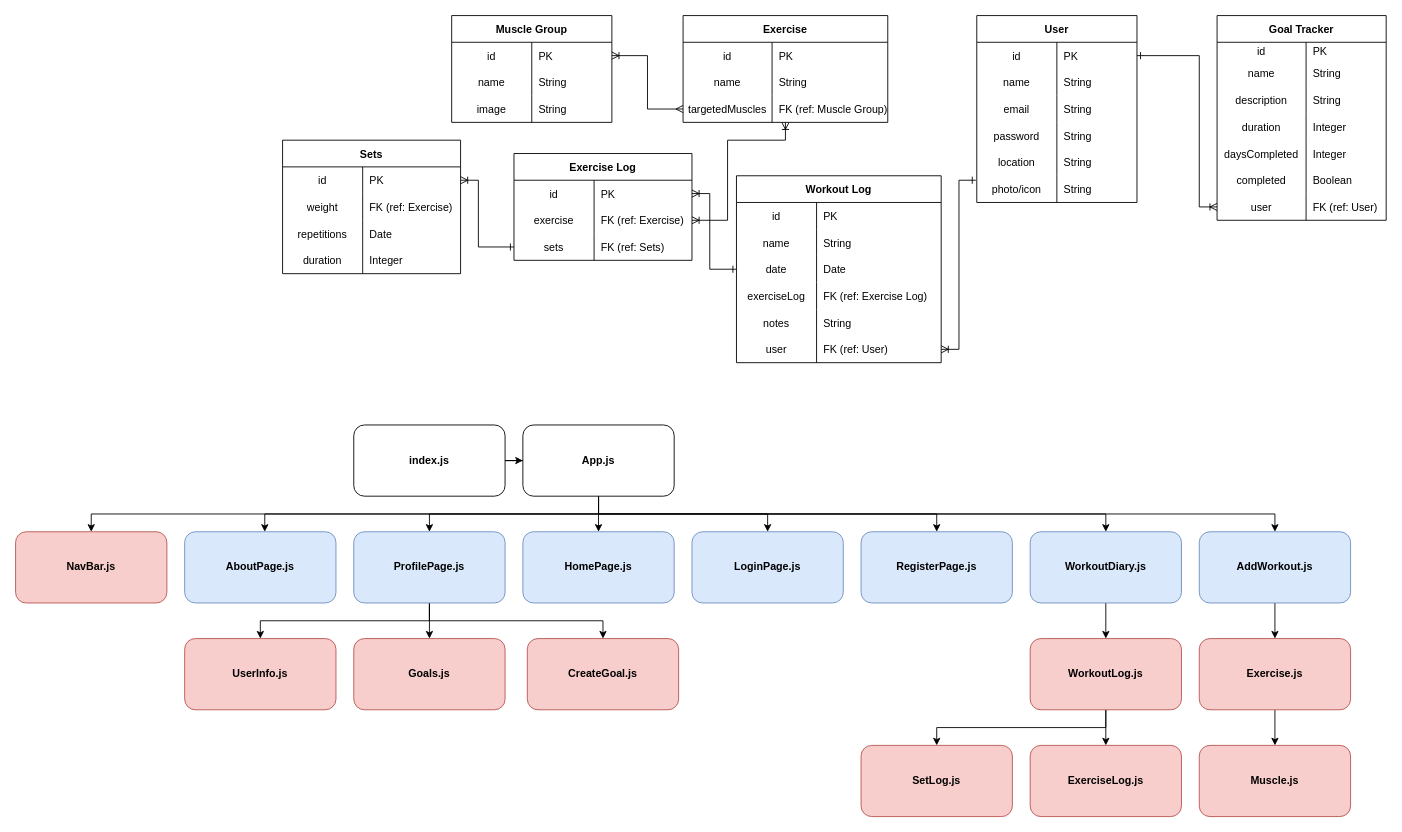
The draw.io diagram Project 4.drawio in canhvo16/canhvo16, before the edit. Source tidied: cells renumbered, new cells numbered last; positions are measured from the earlier drawing's top-left corner, leaving out a move shared by most shapes. Both pictures are drawn from the tidied source at 89%, with x=0, y=0 at pixel (15, 15).
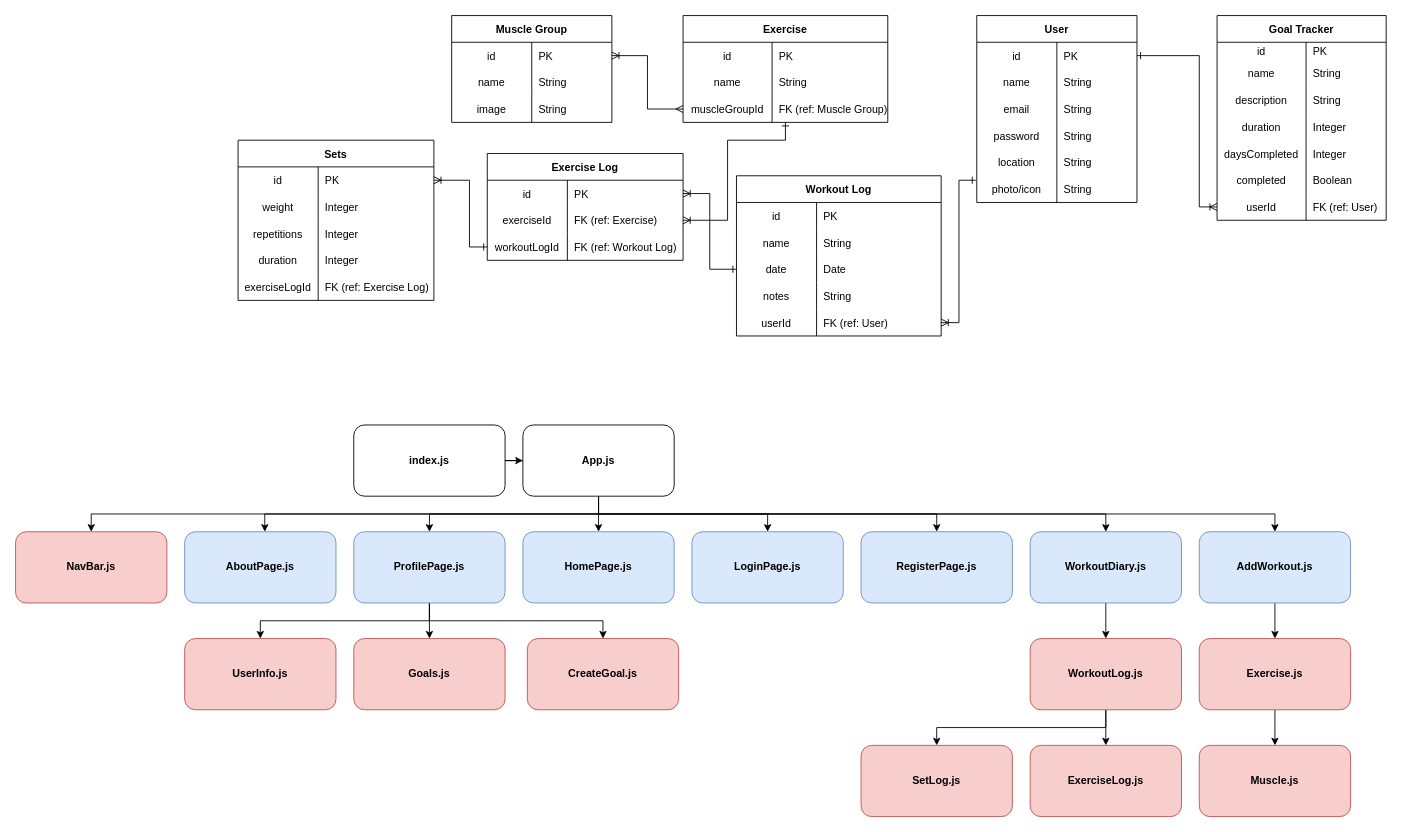
Above is the later version.

Unchanged cells that the change refers to:
```xml
<mxCell id="20" style="shape=tableRow;horizontal=0;startSize=0;swimlaneHead=0;swimlaneBody=0;fillColor=none;points=[[0,0.5],[1,0.5]];portConstraint=eastwest;top=0;left=0;right=0;bottom=0;" parent="4" vertex="1">
  <mxGeometry y="180" width="180" height="30" as="geometry" />
</mxCell>
<mxCell id="25" value="Exercise" style="shape=table;startSize=30;childLayout=tableLayout;rowLines=0;fontStyle=1;align=center;" parent="1" vertex="1">
  <mxGeometry x="750" width="230" height="120" as="geometry" />
</mxCell>
<mxCell id="32" style="shape=tableRow;horizontal=0;startSize=0;swimlaneHead=0;swimlaneBody=0;fillColor=none;points=[[0,0.5],[1,0.5]];portConstraint=eastwest;top=0;left=0;right=0;bottom=0;" parent="25" vertex="1">
  <mxGeometry y="90" width="230" height="30" as="geometry" />
</mxCell>
<mxCell id="108" style="shape=tableRow;horizontal=0;startSize=0;swimlaneHead=0;swimlaneBody=0;fillColor=none;points=[[0,0.5],[1,0.5]];portConstraint=eastwest;top=0;left=0;right=0;bottom=0;" parent="89" vertex="1">
  <mxGeometry y="200" width="190" height="30" as="geometry" />
</mxCell>
```

Diff of the diagram source:
```diff
@@
     <mxCell id="2" style="edgeStyle=orthogonalEdgeStyle;rounded=0;jettySize=auto;html=1;entryX=1;entryY=0.5;entryDx=0;entryDy=0;startArrow=ERone;startFill=0;endArrow=ERoneToMany;endFill=0;exitX=-0.006;exitY=0.167;exitDx=0;exitDy=0;exitPerimeter=0;" parent="1" edge="1" source="20" target="62">
       <mxGeometry relative="1" as="geometry">
         <Array as="points">
           <mxPoint x="1060" y="185" />
-          <mxPoint x="1060" y="375" />
+          <mxPoint x="1060" y="345" />
         </Array>
       </mxGeometry>
     </mxCell>
@@
-    <mxCell id="24" style="edgeStyle=orthogonalEdgeStyle;rounded=0;jettySize=auto;html=1;entryX=1;entryY=0.5;entryDx=0;entryDy=0;startArrow=ERoneToMany;startFill=0;endArrow=ERoneToMany;endFill=0;" parent="1" edge="1" source="25" target="70">
+    <mxCell id="24" style="edgeStyle=orthogonalEdgeStyle;rounded=0;jettySize=auto;html=1;entryX=1;entryY=0.5;entryDx=0;entryDy=0;startArrow=ERone;startFill=0;endArrow=ERoneToMany;endFill=0;" parent="1" edge="1" source="25" target="70">
       <mxGeometry relative="1" as="geometry">
         <Array as="points">
           <mxPoint x="865" y="140" />
           <mxPoint x="800" y="140" />
           <mxPoint x="800" y="230" />
         </Array>
       </mxGeometry>
     </mxCell>
@@
-    <mxCell id="33" value="targetedMuscles" style="shape=partialRectangle;fillColor=none;top=0;left=0;bottom=0;right=0;overflow=hidden;" parent="32" vertex="1">
+    <mxCell id="33" value="muscleGroupId" style="shape=partialRectangle;fillColor=none;top=0;left=0;bottom=0;right=0;overflow=hidden;" parent="32" vertex="1">
       <mxGeometry width="100" height="30" as="geometry" />
     </mxCell>
@@
     <mxCell id="46" value="Workout Log" style="shape=table;startSize=30;childLayout=tableLayout;rowLines=0;fontStyle=1;align=center;" parent="1" vertex="1">
-      <mxGeometry x="810" y="180" width="230" height="210" as="geometry" />
+      <mxGeometry x="810" y="180" width="230" height="180" as="geometry" />
     </mxCell>
@@
-    <mxCell id="56" style="shape=tableRow;horizontal=0;startSize=0;swimlaneHead=0;swimlaneBody=0;fillColor=none;top=0;left=0;right=0;bottom=0;" parent="46" vertex="1">
-      <mxGeometry y="120" width="230" height="30" as="geometry" />
-    </mxCell>
-    <mxCell id="57" value="exerciseLog" style="shape=partialRectangle;fillColor=none;top=0;left=0;bottom=0;right=0;overflow=hidden;" parent="56" vertex="1">
-      <mxGeometry width="90" height="30" as="geometry" />
-    </mxCell>
-    <mxCell id="58" value="FK (ref: Exercise Log)" style="shape=partialRectangle;fillColor=none;top=0;left=0;bottom=0;right=0;align=left;spacingLeft=6;overflow=hidden;" parent="56" vertex="1">
-      <mxGeometry x="90" width="140" height="30" as="geometry" />
-    </mxCell>
     <mxCell id="59" style="shape=tableRow;horizontal=0;startSize=0;swimlaneHead=0;swimlaneBody=0;fillColor=none;top=0;left=0;right=0;bottom=0;" parent="46" vertex="1">
-      <mxGeometry y="150" width="230" height="30" as="geometry" />
+      <mxGeometry y="120" width="230" height="30" as="geometry" />
     </mxCell>
@@
     <mxCell id="62" style="shape=tableRow;horizontal=0;startSize=0;swimlaneHead=0;swimlaneBody=0;fillColor=none;points=[[0,0.5],[1,0.5]];portConstraint=eastwest;top=0;left=0;right=0;bottom=0;" parent="46" vertex="1">
-      <mxGeometry y="180" width="230" height="30" as="geometry" />
+      <mxGeometry y="150" width="230" height="30" as="geometry" />
     </mxCell>
-    <mxCell id="63" value="user" style="shape=partialRectangle;fillColor=none;top=0;left=0;bottom=0;right=0;overflow=hidden;" parent="62" vertex="1">
+    <mxCell id="63" value="userId" style="shape=partialRectangle;fillColor=none;top=0;left=0;bottom=0;right=0;overflow=hidden;" parent="62" vertex="1">
       <mxGeometry width="90" height="30" as="geometry" />
     </mxCell>
@@
     <mxCell id="65" style="edgeStyle=orthogonalEdgeStyle;rounded=0;jettySize=auto;html=1;exitX=0;exitY=0.5;exitDx=0;exitDy=0;entryX=1;entryY=0.5;entryDx=0;entryDy=0;startArrow=ERone;startFill=0;endArrow=ERoneToMany;endFill=0;" parent="1" edge="1" source="73" target="77">
       <mxGeometry relative="1" as="geometry">
         <Array as="points">
-          <mxPoint x="520" y="260" />
-          <mxPoint x="520" y="185" />
+          <mxPoint x="510" y="260" />
+          <mxPoint x="510" y="185" />
         </Array>
       </mxGeometry>
     </mxCell>
     <mxCell id="66" value="Exercise Log" style="shape=table;startSize=30;childLayout=tableLayout;rowLines=0;fontStyle=1;align=center;" parent="1" vertex="1">
-      <mxGeometry x="560" y="155" width="200" height="120" as="geometry" />
+      <mxGeometry x="530" y="155" width="220" height="120" as="geometry" />
     </mxCell>
     <mxCell id="67" style="shape=tableRow;horizontal=0;startSize=0;swimlaneHead=0;swimlaneBody=0;fillColor=none;points=[[0,0.5],[1,0.5]];portConstraint=eastwest;top=0;left=0;right=0;bottom=0;" parent="66" vertex="1">
-      <mxGeometry y="30" width="200" height="30" as="geometry" />
+      <mxGeometry y="30" width="220" height="30" as="geometry" />
     </mxCell>
@@
     <mxCell id="69" value="PK" style="shape=partialRectangle;fillColor=none;top=0;left=0;bottom=0;right=0;align=left;spacingLeft=6;overflow=hidden;" parent="67" vertex="1">
-      <mxGeometry x="90" width="110" height="30" as="geometry" />
+      <mxGeometry x="90" width="130" height="30" as="geometry" />
     </mxCell>
     <mxCell id="70" style="shape=tableRow;horizontal=0;startSize=0;swimlaneHead=0;swimlaneBody=0;fillColor=none;points=[[0,0.5],[1,0.5]];portConstraint=eastwest;top=0;left=0;right=0;bottom=0;" parent="66" vertex="1">
-      <mxGeometry y="60" width="200" height="30" as="geometry" />
+      <mxGeometry y="60" width="220" height="30" as="geometry" />
     </mxCell>
-    <mxCell id="71" value="exercise" style="shape=partialRectangle;fillColor=none;top=0;left=0;bottom=0;right=0;overflow=hidden;" parent="70" vertex="1">
+    <mxCell id="71" value="exerciseId" style="shape=partialRectangle;fillColor=none;top=0;left=0;bottom=0;right=0;overflow=hidden;" parent="70" vertex="1">
       <mxGeometry width="90" height="30" as="geometry" />
     </mxCell>
     <mxCell id="72" value="FK (ref: Exercise)" style="shape=partialRectangle;fillColor=none;top=0;left=0;bottom=0;right=0;align=left;spacingLeft=6;overflow=hidden;" parent="70" vertex="1">
-      <mxGeometry x="90" width="110" height="30" as="geometry" />
+      <mxGeometry x="90" width="130" height="30" as="geometry" />
     </mxCell>
     <mxCell id="73" style="shape=tableRow;horizontal=0;startSize=0;swimlaneHead=0;swimlaneBody=0;fillColor=none;points=[[0,0.5],[1,0.5]];portConstraint=eastwest;top=0;left=0;right=0;bottom=0;" parent="66" vertex="1">
-      <mxGeometry y="90" width="200" height="30" as="geometry" />
+      <mxGeometry y="90" width="220" height="30" as="geometry" />
     </mxCell>
-    <mxCell id="74" value="sets" style="shape=partialRectangle;fillColor=none;top=0;left=0;bottom=0;right=0;overflow=hidden;" parent="73" vertex="1">
+    <mxCell id="74" value="workoutLogId" style="shape=partialRectangle;fillColor=none;top=0;left=0;bottom=0;right=0;overflow=hidden;" parent="73" vertex="1">
       <mxGeometry width="90" height="30" as="geometry" />
     </mxCell>
-    <mxCell id="75" value="FK (ref: Sets)" style="shape=partialRectangle;fillColor=none;top=0;left=0;bottom=0;right=0;align=left;spacingLeft=6;overflow=hidden;" parent="73" vertex="1">
-      <mxGeometry x="90" width="110" height="30" as="geometry" />
+    <mxCell id="75" value="FK (ref: Workout Log)" style="shape=partialRectangle;fillColor=none;top=0;left=0;bottom=0;right=0;align=left;spacingLeft=6;overflow=hidden;" parent="73" vertex="1">
+      <mxGeometry x="90" width="130" height="30" as="geometry" />
     </mxCell>
     <mxCell id="76" value="Sets" style="shape=table;startSize=30;childLayout=tableLayout;rowLines=0;fontStyle=1;align=center;" parent="1" vertex="1">
-      <mxGeometry x="300" y="140" width="200" height="150" as="geometry" />
+      <mxGeometry x="250" y="140" width="220" height="180" as="geometry" />
     </mxCell>
     <mxCell id="77" style="shape=tableRow;horizontal=0;startSize=0;swimlaneHead=0;swimlaneBody=0;fillColor=none;points=[[0,0.5],[1,0.5]];portConstraint=eastwest;top=0;left=0;right=0;bottom=0;" parent="76" vertex="1">
-      <mxGeometry y="30" width="200" height="30" as="geometry" />
+      <mxGeometry y="30" width="220" height="30" as="geometry" />
     </mxCell>
@@
     <mxCell id="79" value="PK" style="shape=partialRectangle;fillColor=none;top=0;left=0;bottom=0;right=0;align=left;spacingLeft=6;overflow=hidden;" parent="77" vertex="1">
-      <mxGeometry x="90" width="110" height="30" as="geometry" />
+      <mxGeometry x="90" width="130" height="30" as="geometry" />
     </mxCell>
     <mxCell id="80" style="shape=tableRow;horizontal=0;startSize=0;swimlaneHead=0;swimlaneBody=0;fillColor=none;top=0;left=0;right=0;bottom=0;" parent="76" vertex="1">
-      <mxGeometry y="60" width="200" height="30" as="geometry" />
+      <mxGeometry y="60" width="220" height="30" as="geometry" />
     </mxCell>
@@
-    <mxCell id="82" value="FK (ref: Exercise)" style="shape=partialRectangle;fillColor=none;top=0;left=0;bottom=0;right=0;align=left;spacingLeft=6;overflow=hidden;" parent="80" vertex="1">
-      <mxGeometry x="90" width="110" height="30" as="geometry" />
+    <mxCell id="82" value="Integer" style="shape=partialRectangle;fillColor=none;top=0;left=0;bottom=0;right=0;align=left;spacingLeft=6;overflow=hidden;" parent="80" vertex="1">
+      <mxGeometry x="90" width="130" height="30" as="geometry" />
     </mxCell>
     <mxCell id="83" style="shape=tableRow;horizontal=0;startSize=0;swimlaneHead=0;swimlaneBody=0;fillColor=none;top=0;left=0;right=0;bottom=0;" parent="76" vertex="1">
-      <mxGeometry y="90" width="200" height="30" as="geometry" />
+      <mxGeometry y="90" width="220" height="30" as="geometry" />
     </mxCell>
@@
-    <mxCell id="85" value="Date" style="shape=partialRectangle;fillColor=none;top=0;left=0;bottom=0;right=0;align=left;spacingLeft=6;overflow=hidden;" parent="83" vertex="1">
-      <mxGeometry x="90" width="110" height="30" as="geometry" />
+    <mxCell id="85" value="Integer" style="shape=partialRectangle;fillColor=none;top=0;left=0;bottom=0;right=0;align=left;spacingLeft=6;overflow=hidden;" parent="83" vertex="1">
+      <mxGeometry x="90" width="130" height="30" as="geometry" />
     </mxCell>
     <mxCell id="86" style="shape=tableRow;horizontal=0;startSize=0;swimlaneHead=0;swimlaneBody=0;fillColor=none;top=0;left=0;right=0;bottom=0;" parent="76" vertex="1">
-      <mxGeometry y="120" width="200" height="30" as="geometry" />
+      <mxGeometry y="120" width="220" height="30" as="geometry" />
     </mxCell>
@@
     <mxCell id="88" value="Integer" style="shape=partialRectangle;fillColor=none;top=0;left=0;bottom=0;right=0;align=left;spacingLeft=6;overflow=hidden;" parent="86" vertex="1">
-      <mxGeometry x="90" width="110" height="30" as="geometry" />
+      <mxGeometry x="90" width="130" height="30" as="geometry" />
     </mxCell>
+    <mxCell id="146" style="shape=tableRow;horizontal=0;startSize=0;swimlaneHead=0;swimlaneBody=0;fillColor=none;top=0;left=0;right=0;bottom=0;" parent="76" vertex="1">
+      <mxGeometry y="150" width="220" height="30" as="geometry" />
+    </mxCell>
+    <mxCell id="147" value="exerciseLogId" style="shape=partialRectangle;fillColor=none;top=0;left=0;bottom=0;right=0;overflow=hidden;" parent="146" vertex="1">
+      <mxGeometry width="90" height="30" as="geometry" />
+    </mxCell>
+    <mxCell id="58" value="FK (ref: Exercise Log)" style="shape=partialRectangle;fillColor=none;top=0;left=0;bottom=0;right=0;align=left;spacingLeft=6;overflow=hidden;" parent="146" vertex="1">
+      <mxGeometry x="90" width="130" height="30" as="geometry" />
+    </mxCell>
@@
-    <mxCell id="109" value="user" style="shape=partialRectangle;fillColor=none;top=0;left=0;bottom=0;right=0;overflow=hidden;" parent="108" vertex="1">
+    <mxCell id="109" value="userId" style="shape=partialRectangle;fillColor=none;top=0;left=0;bottom=0;right=0;overflow=hidden;" parent="108" vertex="1">
       <mxGeometry width="100" height="30" as="geometry" />
     </mxCell>
```
